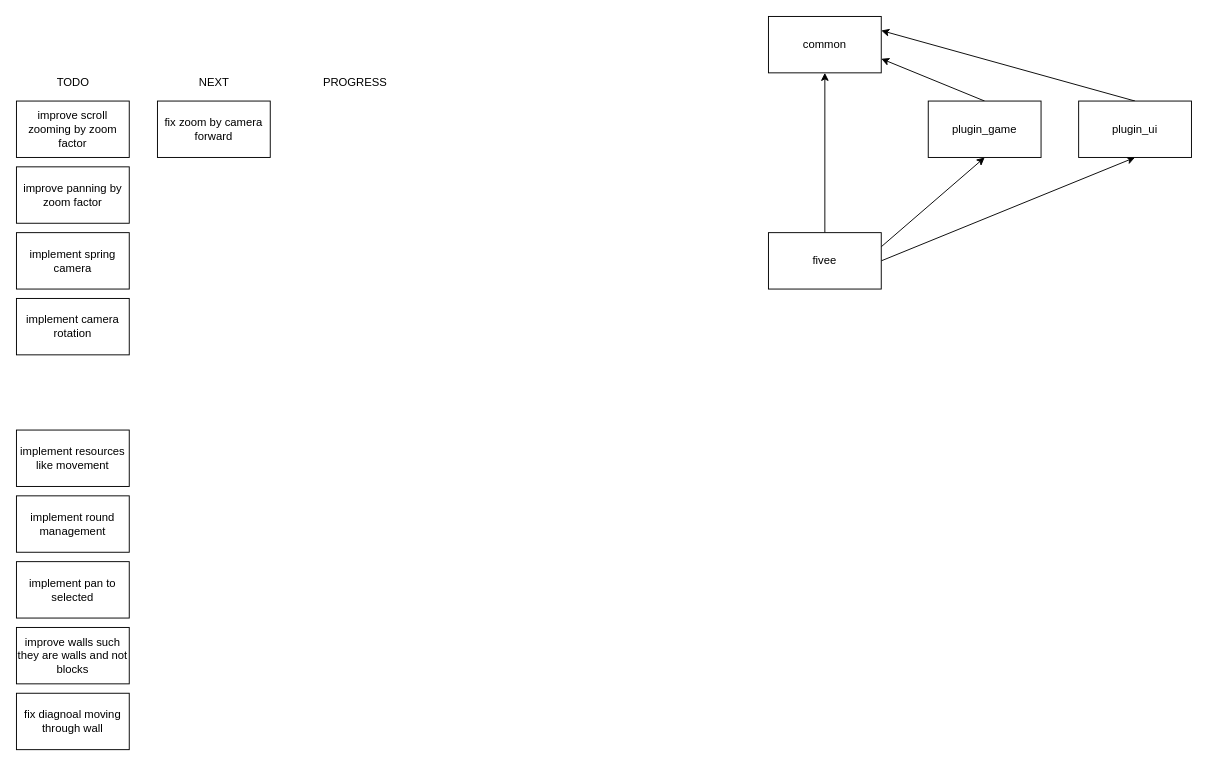
horup/fivee keeps this draw.io diagram as .drawio. Above is the earlier version. Source tidied: cells renumbered, new cells numbered last; positions are measured from the earlier drawing's top-left corner, leaving out a move shared by most shapes. Both pictures are drawn from the tidied source at 94%, with x=0, y=0 at pixel (16, 16).
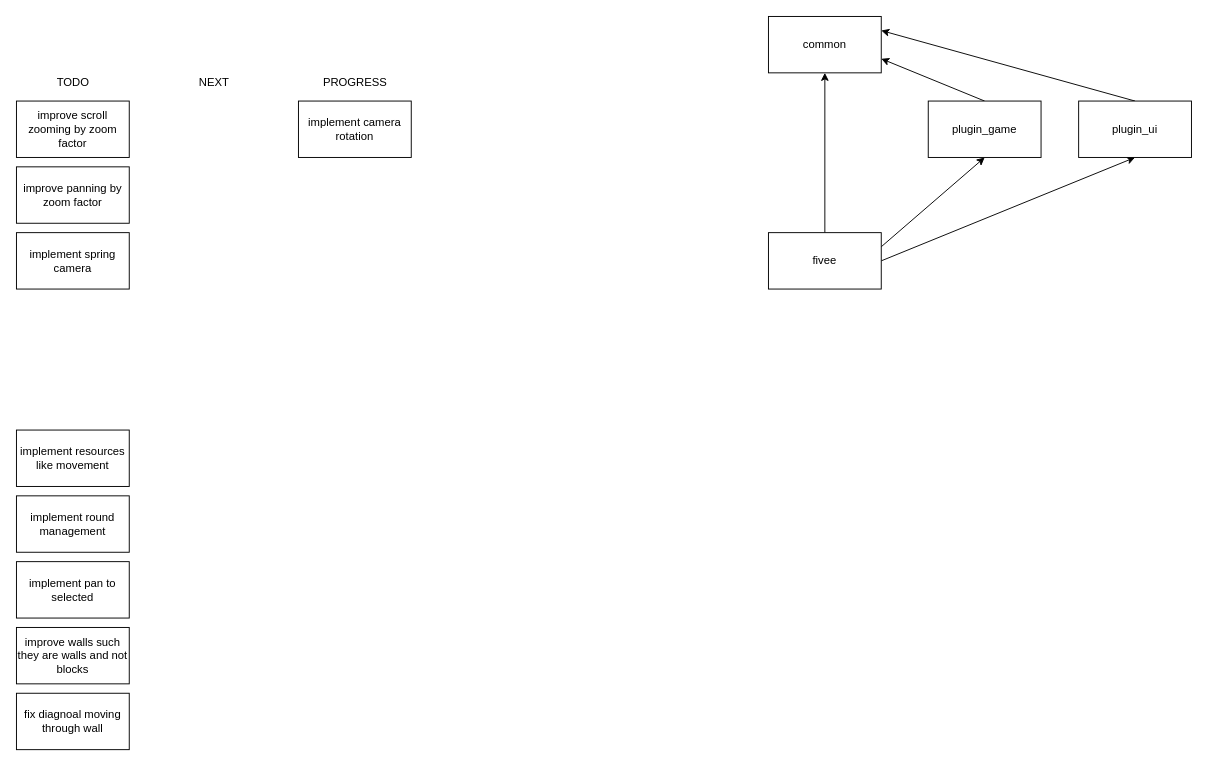
Above is the later version.

What changed in the source:
```diff
@@
     <mxCell id="16" value="implement camera rotation" style="rounded=0;whiteSpace=wrap;html=1;" parent="1" vertex="1">
-      <mxGeometry y="300" width="120" height="60" as="geometry" />
+      <mxGeometry x="300" y="90" width="120" height="60" as="geometry" />
     </mxCell>
-    <mxCell id="17" value="fix zoom by camera forward" style="rounded=0;whiteSpace=wrap;html=1;" parent="1" vertex="1">
-      <mxGeometry x="150" y="90" width="120" height="60" as="geometry" />
-    </mxCell>
```
